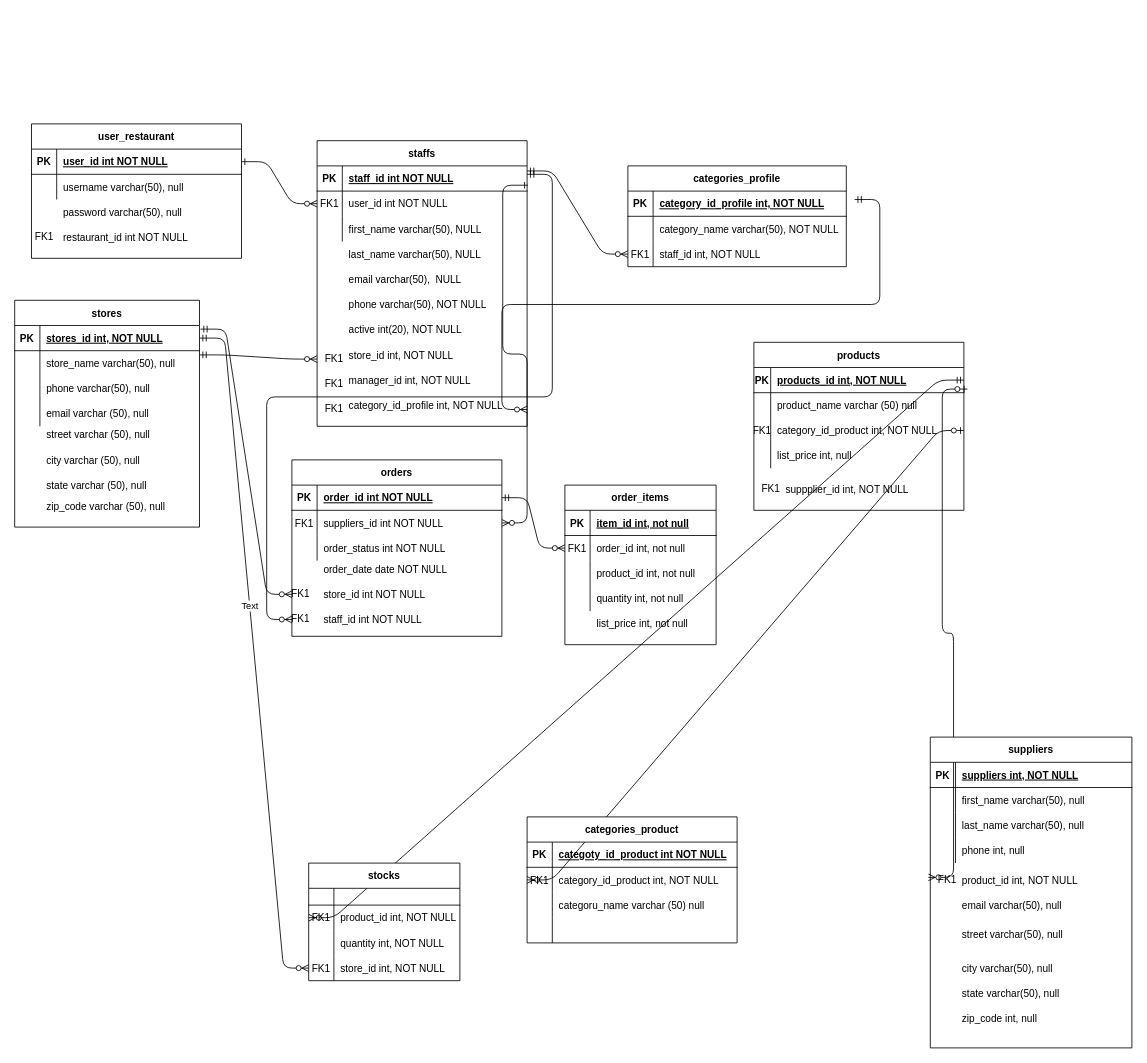
Fhernandez7320/example-iti91m keeps this draw.io diagram as Untitled Diagram.drawio. Above is the earlier version. Source tidied: cells renumbered, new cells numbered last; positions are measured from the earlier drawing's top-left corner, leaving out a move shared by most shapes. Both pictures are drawn from the tidied source at 84%, with x=0, y=0 at pixel (14, 123).
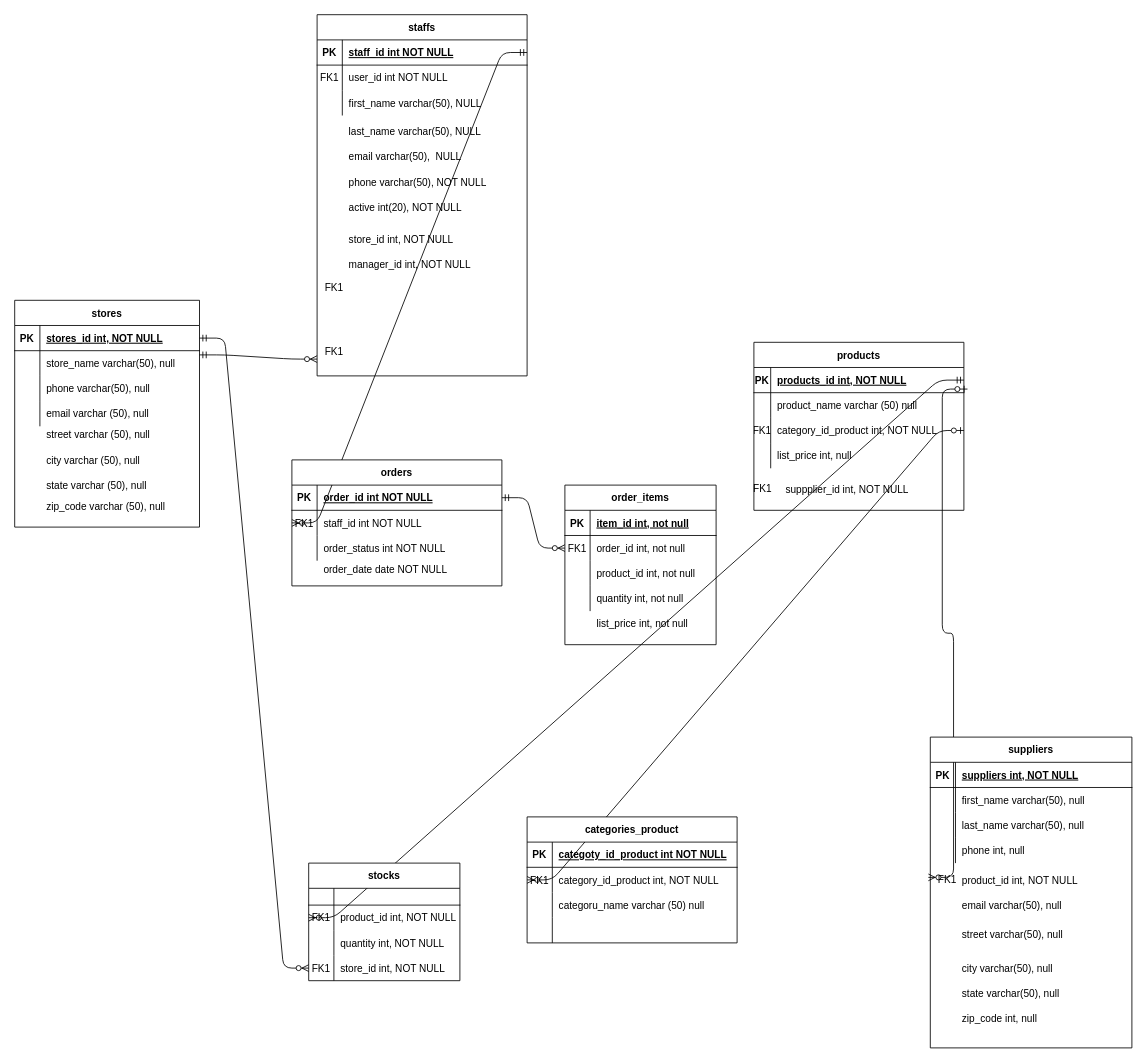
Above is the later version.

Commit message:
Modelo Restaurante

Unchanged cells that the change refers to:
```xml
<mxCell id="9" style="edgeStyle=entityRelationEdgeStyle;fontSize=12;html=1;endArrow=ERzeroToMany;startArrow=ERmandOne;entryX=0;entryY=0.5;entryDx=0;entryDy=0;exitX=1;exitY=0.5;exitDx=0;exitDy=0;" parent="1" edge="1" source="19" target="177">
  <mxGeometry relative="1" as="geometry" />
</mxCell>
<mxCell id="19" style="shape=partialRectangle;fillColor=none;top=0;left=0;bottom=1;right=0;points=[[0,0.5],[1,0.5]];portConstraint=eastwest;" parent="18" vertex="1">
  <mxGeometry y="30" width="220" height="30" as="geometry" />
</mxCell>
<mxCell id="56" style="shape=partialRectangle;fillColor=none;points=[[0,0.5],[1,0.5]];portConstraint=eastwest;top=0;left=0;right=0;bottom=1;" parent="55" vertex="1">
  <mxGeometry y="30" width="250" height="30" as="geometry" />
</mxCell>
<mxCell id="59" style="shape=partialRectangle;fillColor=none;points=[[0,0.5],[1,0.5]];portConstraint=eastwest;top=0;left=0;right=0;bottom=0;" parent="55" vertex="1">
  <mxGeometry y="60" width="250" height="30" as="geometry" />
</mxCell>
<mxCell id="86" style="group;" parent="1" vertex="1">
  <mxGeometry x="880" y="260" width="250" height="200" as="geometry" />
</mxCell>
<mxCell id="117" style="group;" parent="1" vertex="1">
  <mxGeometry x="330" y="400" width="250" height="210" as="geometry" />
</mxCell>
<mxCell id="125" style="shape=partialRectangle;fillColor=none;points=[[0,0.5],[1,0.5]];portConstraint=eastwest;top=0;left=0;right=0;bottom=0;" parent="121" vertex="1">
  <mxGeometry y="60" width="250" height="30" as="geometry" />
</mxCell>
```

Diff of the diagram source:
```diff
@@
-    <mxCell id="2" style="edgeStyle=entityRelationEdgeStyle;endArrow=ERzeroToMany;startArrow=ERone;endFill=1;startFill=0;" parent="1" edge="1" source="46" target="59">
-      <mxGeometry relative="1" as="geometry" />
-    </mxCell>
-    <mxCell id="3" style="edgeStyle=entityRelationEdgeStyle;endArrow=ERzeroToMany;startArrow=ERone;endFill=1;startFill=0;exitX=1.004;exitY=0.767;exitDx=0;exitDy=0;exitPerimeter=0;" parent="1" edge="1" source="56" target="125">
-      <mxGeometry relative="1" as="geometry" />
-    </mxCell>
-    <mxCell id="4" value="FK1" style="text;html=1;align=center;verticalAlign=middle;" parent="1" vertex="1">
-      <mxGeometry x="320" y="550" width="40" height="20" as="geometry" />
-    </mxCell>
-    <mxCell id="5" value="FK1" style="text;html=1;align=center;verticalAlign=middle;" parent="1" vertex="1">
-      <mxGeometry x="320" y="580" width="40" height="20" as="geometry" />
-    </mxCell>
@@
-    <mxCell id="8" style="edgeStyle=entityRelationEdgeStyle;fontSize=12;html=1;endArrow=ERzeroToMany;startArrow=ERmandOne;entryX=0;entryY=0.5;entryDx=0;entryDy=0;" parent="1" edge="1" target="83">
-      <mxGeometry relative="1" as="geometry">
-        <mxPoint x="610" y="56" as="sourcePoint" />
-      </mxGeometry>
-    </mxCell>
@@
-    <mxCell id="10" value="Text" style="edgeLabel;html=1;align=center;verticalAlign=middle;" parent="9" vertex="1">
-      <mxGeometry x="-0.14" relative="1" as="geometry" />
-    </mxCell>
@@
-    <mxCell id="14" style="edgeStyle=entityRelationEdgeStyle;fontSize=12;html=1;endArrow=ERzeroToMany;startArrow=ERmandOne;exitX=1.038;exitY=0.333;exitDx=0;exitDy=0;exitPerimeter=0;" parent="1" edge="1" source="77">
-      <mxGeometry relative="1" as="geometry">
-        <mxPoint x="610" y="340" as="targetPoint" />
-      </mxGeometry>
-    </mxCell>
-    <mxCell id="15" style="edgeStyle=entityRelationEdgeStyle;fontSize=12;html=1;endArrow=ERzeroToMany;startArrow=ERmandOne;exitX=1.005;exitY=0.144;exitDx=0;exitDy=0;exitPerimeter=0;" parent="1" edge="1" source="19">
-      <mxGeometry relative="1" as="geometry">
-        <mxPoint x="330" y="560" as="targetPoint" />
-      </mxGeometry>
+    <mxCell id="15" style="edgeStyle=entityRelationEdgeStyle;fontSize=12;html=1;endArrow=ERzeroToMany;startArrow=ERmandOne;exitX=1;exitY=0.5;exitDx=0;exitDy=0;entryX=0;entryY=0.5;entryDx=0;entryDy=0;" parent="1" edge="1" source="56" target="125">
+      <mxGeometry relative="1" as="geometry" />
     </mxCell>
-    <mxCell id="16" style="edgeStyle=entityRelationEdgeStyle;fontSize=12;html=1;endArrow=ERzeroToMany;startArrow=ERmandOne;" parent="1" edge="1">
-      <mxGeometry relative="1" as="geometry">
-        <mxPoint x="610" y="60" as="sourcePoint" />
-        <mxPoint x="330" y="590" as="targetPoint" />
-      </mxGeometry>
-    </mxCell>
@@
-    <mxCell id="43" style="group;" parent="1" vertex="1">
-      <mxGeometry x="15" width="255" height="160" as="geometry" />
-    </mxCell>
-    <mxCell id="44" value="password varchar(50), null" style="shape=partialRectangle;overflow=hidden;fillColor=none;top=0;left=0;bottom=0;right=0;align=left;spacingLeft=6;" parent="43" vertex="1">
-      <mxGeometry x="35" y="90" width="220" height="30" as="geometry" />
-    </mxCell>
-    <mxCell id="45" value="user_restaurant" style="shape=table;startSize=30;childLayout=tableLayout;rowLines=0;fontStyle=1;align=center;" parent="43" vertex="1">
-      <mxGeometry x="5" width="250" height="160" as="geometry" />
-    </mxCell>
-    <mxCell id="46" style="shape=partialRectangle;fillColor=none;points=[[0,0.5],[1,0.5]];portConstraint=eastwest;top=0;left=0;right=0;bottom=1;" parent="45" vertex="1">
-      <mxGeometry y="30" width="250" height="30" as="geometry" />
-    </mxCell>
-    <mxCell id="47" value="PK" style="shape=partialRectangle;overflow=hidden;fillColor=none;top=0;left=0;bottom=0;right=0;fontStyle=1;" parent="46" vertex="1">
-      <mxGeometry width="30" height="30" as="geometry" />
-    </mxCell>
-    <mxCell id="48" value="user_id int NOT NULL " style="shape=partialRectangle;overflow=hidden;fillColor=none;top=0;left=0;bottom=0;right=0;align=left;spacingLeft=6;fontStyle=5;" parent="46" vertex="1">
-      <mxGeometry x="30" width="220" height="30" as="geometry" />
-    </mxCell>
-    <mxCell id="49" style="shape=partialRectangle;fillColor=none;top=0;left=0;right=0;bottom=0;" parent="45" vertex="1">
-      <mxGeometry y="60" width="250" height="30" as="geometry" />
-    </mxCell>
-    <mxCell id="50" style="shape=partialRectangle;overflow=hidden;fillColor=none;top=0;left=0;bottom=0;right=0;" parent="49" vertex="1">
-      <mxGeometry width="30" height="30" as="geometry" />
-    </mxCell>
-    <mxCell id="51" value="username varchar(50), null" style="shape=partialRectangle;overflow=hidden;fillColor=none;top=0;left=0;bottom=0;right=0;align=left;spacingLeft=6;" parent="49" vertex="1">
-      <mxGeometry x="30" width="220" height="30" as="geometry" />
-    </mxCell>
-    <mxCell id="52" value="restaurant_id int NOT NULL" style="shape=partialRectangle;overflow=hidden;fillColor=none;top=0;left=0;bottom=0;right=0;align=left;spacingLeft=6;" parent="43" vertex="1">
-      <mxGeometry x="35" y="120" width="220" height="30" as="geometry" />
-    </mxCell>
-    <mxCell id="53" value="FK1" style="text;html=1;align=center;verticalAlign=middle;" parent="43" vertex="1">
-      <mxGeometry y="125" width="40" height="20" as="geometry" />
-    </mxCell>
     <mxCell id="54" style="group;" parent="1" vertex="1">
-      <mxGeometry x="360" y="20" width="250" height="340" as="geometry" />
+      <mxGeometry x="360" y="-130" width="250" height="430" as="geometry" />
     </mxCell>
     <mxCell id="55" value="staffs" style="shape=table;startSize=30;childLayout=tableLayout;rowLines=0;fontStyle=1;align=center;" parent="54" vertex="1">
-      <mxGeometry width="250" height="340" as="geometry" />
+      <mxGeometry width="250" height="430" as="geometry" />
     </mxCell>
@@
     <mxCell id="65" value="last_name varchar(50), NULL" style="shape=partialRectangle;overflow=hidden;fillColor=none;top=0;left=0;bottom=0;right=0;align=left;spacingLeft=6;" parent="54" vertex="1">
-      <mxGeometry x="30" y="120" width="220" height="30" as="geometry" />
+      <mxGeometry x="30" y="120" width="220" height="37.9" as="geometry" />
     </mxCell>
     <mxCell id="66" value="email varchar(50),  NULL" style="shape=partialRectangle;overflow=hidden;fillColor=none;top=0;left=0;bottom=0;right=0;align=left;spacingLeft=6;" parent="54" vertex="1">
-      <mxGeometry x="30" y="150" width="220" height="30" as="geometry" />
+      <mxGeometry x="30" y="150" width="220" height="37.9" as="geometry" />
     </mxCell>
     <mxCell id="67" value="phone varchar(50), NOT NULL" style="shape=partialRectangle;overflow=hidden;fillColor=none;top=0;left=0;bottom=0;right=0;align=left;spacingLeft=6;" parent="54" vertex="1">
-      <mxGeometry x="30" y="180" width="220" height="30" as="geometry" />
+      <mxGeometry x="30" y="180" width="220" height="37.9" as="geometry" />
     </mxCell>
     <mxCell id="68" value="active int(20), NOT NULL" style="shape=partialRectangle;overflow=hidden;fillColor=none;top=0;left=0;bottom=0;right=0;align=left;spacingLeft=6;" parent="54" vertex="1">
-      <mxGeometry x="30" y="210" width="220" height="30" as="geometry" />
+      <mxGeometry x="30" y="210" width="220" height="37.9" as="geometry" />
     </mxCell>
     <mxCell id="69" value="store_id int, NOT NULL" style="shape=partialRectangle;overflow=hidden;fillColor=none;top=0;left=0;bottom=0;right=0;align=left;spacingLeft=6;" parent="54" vertex="1">
-      <mxGeometry x="30" y="240" width="220" height="30" as="geometry" />
+      <mxGeometry x="30" y="247.9" width="220" height="37.9" as="geometry" />
     </mxCell>
     <mxCell id="70" value="manager_id int, NOT NULL" style="shape=partialRectangle;overflow=hidden;fillColor=none;top=0;left=0;bottom=0;right=0;align=left;spacingLeft=6;" parent="54" vertex="1">
-      <mxGeometry x="30" y="270" width="220" height="30" as="geometry" />
+      <mxGeometry x="30" y="278.2" width="220" height="37.9" as="geometry" />
     </mxCell>
-    <mxCell id="71" value="category_id_profile int, NOT NULL" style="shape=partialRectangle;overflow=hidden;fillColor=none;top=0;left=0;bottom=0;right=0;align=left;spacingLeft=6;" parent="54" vertex="1">
-      <mxGeometry x="30" y="300" width="210" height="30" as="geometry" />
-    </mxCell>
-    <mxCell id="72" value="FK1" style="text;html=1;align=center;verticalAlign=middle;" parent="54" vertex="1">
-      <mxGeometry y="280" width="40" height="20" as="geometry" />
-    </mxCell>
     <mxCell id="73" value="FK1" style="text;html=1;align=center;verticalAlign=middle;" parent="54" vertex="1">
-      <mxGeometry y="310" width="40" height="20" as="geometry" />
+      <mxGeometry y="392.1" width="40" height="20" as="geometry" />
     </mxCell>
     <mxCell id="74" value="FK1" style="text;html=1;align=center;verticalAlign=middle;" parent="54" vertex="1">
-      <mxGeometry y="250" width="40" height="20" as="geometry" />
+      <mxGeometry y="316.2" width="40" height="20" as="geometry" />
     </mxCell>
-    <mxCell id="75" style="group;" parent="1" vertex="1">
-      <mxGeometry x="730" y="50" width="260" height="120" as="geometry" />
-    </mxCell>
-    <mxCell id="76" value="categories_profile" style="shape=table;startSize=30;childLayout=tableLayout;rowLines=0;fontStyle=1;align=center;" parent="75" vertex="1">
-      <mxGeometry width="260" height="120" as="geometry" />
-    </mxCell>
-    <mxCell id="77" style="shape=partialRectangle;fillColor=none;top=0;left=0;bottom=1;right=0;points=[[0,0.5],[1,0.5]];portConstraint=eastwest;" parent="76" vertex="1">
-      <mxGeometry y="30" width="260" height="30" as="geometry" />
-    </mxCell>
-    <mxCell id="78" value="PK" style="shape=partialRectangle;fillColor=none;top=0;left=0;bottom=0;right=0;fontStyle=1;overflow=hidden;" parent="77" vertex="1">
-      <mxGeometry width="30" height="30" as="geometry" />
-    </mxCell>
-    <mxCell id="79" value="category_id_profile int, NOT NULL" style="shape=partialRectangle;fillColor=none;top=0;left=0;bottom=0;right=0;align=left;spacingLeft=6;fontStyle=5;overflow=hidden;" parent="77" vertex="1">
-      <mxGeometry x="30" width="230" height="30" as="geometry" />
-    </mxCell>
-    <mxCell id="80" style="shape=partialRectangle;fillColor=none;top=0;left=0;bottom=0;right=0;" parent="76" vertex="1">
-      <mxGeometry y="60" width="260" height="30" as="geometry" />
-    </mxCell>
-    <mxCell id="81" style="shape=partialRectangle;fillColor=none;top=0;left=0;bottom=0;right=0;overflow=hidden;" parent="80" vertex="1">
-      <mxGeometry width="30" height="30" as="geometry" />
-    </mxCell>
-    <mxCell id="82" value="category_name varchar(50), NOT NULL" style="shape=partialRectangle;fillColor=none;top=0;left=0;bottom=0;right=0;align=left;spacingLeft=6;overflow=hidden;" parent="80" vertex="1">
-      <mxGeometry x="30" width="230" height="30" as="geometry" />
-    </mxCell>
-    <mxCell id="83" style="shape=partialRectangle;fillColor=none;top=0;left=0;bottom=0;right=0;points=[[0,0.5],[1,0.5]];portConstraint=eastwest;" parent="76" vertex="1">
-      <mxGeometry y="90" width="260" height="30" as="geometry" />
-    </mxCell>
-    <mxCell id="84" value="FK1" style="shape=partialRectangle;fillColor=none;top=0;left=0;bottom=0;right=0;overflow=hidden;" parent="83" vertex="1">
-      <mxGeometry width="30" height="30" as="geometry" />
-    </mxCell>
-    <mxCell id="85" value="staff_id int, NOT NULL" style="shape=partialRectangle;fillColor=none;top=0;left=0;bottom=0;right=0;align=left;spacingLeft=6;overflow=hidden;" parent="83" vertex="1">
-      <mxGeometry x="30" width="230" height="30" as="geometry" />
-    </mxCell>
@@
     <mxCell id="88" value="FK1" style="text;html=1;align=center;verticalAlign=middle;" parent="86" vertex="1">
-      <mxGeometry y="165" width="40" height="20" as="geometry" />
+      <mxGeometry x="-10" y="165" width="40" height="20" as="geometry" />
     </mxCell>
@@
-    <mxCell id="119" value="store_id int NOT NULL" style="shape=partialRectangle;overflow=hidden;fillColor=none;top=0;left=0;bottom=0;right=0;align=left;spacingLeft=6;" parent="117" vertex="1">
-      <mxGeometry x="30" y="145" width="220" height="30" as="geometry" />
-    </mxCell>
-    <mxCell id="120" value="staff_id int NOT NULL" style="shape=partialRectangle;overflow=hidden;fillColor=none;top=0;left=0;bottom=0;right=0;align=left;spacingLeft=6;" parent="117" vertex="1">
-      <mxGeometry x="30" y="175" width="220" height="30" as="geometry" />
-    </mxCell>
     <mxCell id="121" value="orders" style="shape=table;startSize=30;childLayout=tableLayout;rowLines=0;fontStyle=1;align=center;" parent="117" vertex="1">
-      <mxGeometry width="250" height="210" as="geometry" />
+      <mxGeometry width="250" height="150" as="geometry" />
     </mxCell>
@@
-    <mxCell id="127" value="suppliers_id int NOT NULL" style="shape=partialRectangle;overflow=hidden;fillColor=none;top=0;left=0;bottom=0;right=0;align=left;spacingLeft=6;" parent="125" vertex="1">
+    <mxCell id="127" value="staff_id int NOT NULL" style="shape=partialRectangle;overflow=hidden;fillColor=none;top=0;left=0;bottom=0;right=0;align=left;spacingLeft=6;" parent="125" vertex="1">
       <mxGeometry x="30" width="220" height="30" as="geometry" />
     </mxCell>
@@
     <mxCell id="152" style="group;" parent="1" vertex="1">
-      <mxGeometry x="610" y="825" width="250" height="150" as="geometry" />
+      <mxGeometry x="610" y="825" width="250" height="115" as="geometry" />
     </mxCell>
```
